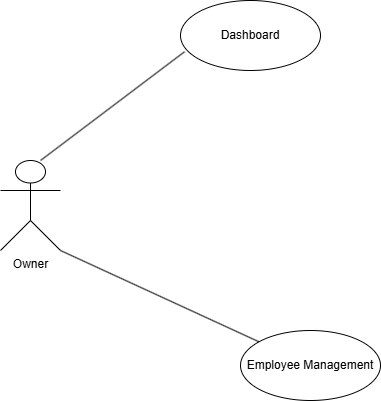
Earlier version of the draw.io export image/Usecase Diagram/UsecaseOwner.drawio.png (KhanhPham22/Review-Java). Source tidied: cells renumbered, new cells last; positions are measured from the earlier drawing's top-left corner, leaving out a move shared by most shapes.
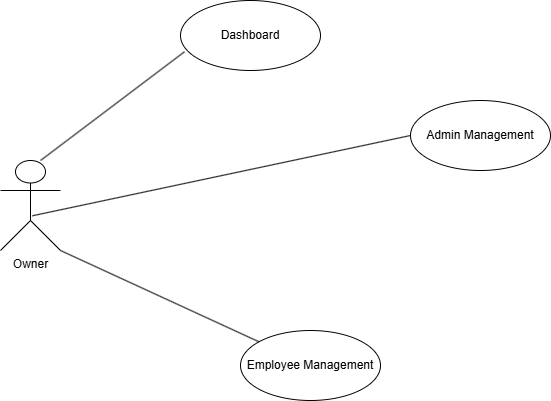
The same file after the commit.

Diff of the diagram source:
```diff
@@ -17,5 +17,11 @@
     <mxCell id="6" style="endArrow=none;html=1;rounded=0;exitX=1;exitY=1;exitDx=0;exitDy=0;exitPerimeter=0;" parent="1" edge="1" source="2" target="4">
       <mxGeometry relative="1" as="geometry" />
     </mxCell>
+    <mxCell id="7" value="Admin Management" style="ellipse;whiteSpace=wrap;html=1;" parent="1" vertex="1">
+      <mxGeometry x="410" y="100" width="140" height="70" as="geometry" />
+    </mxCell>
+    <mxCell id="8" style="endArrow=none;html=1;rounded=0;exitX=0.533;exitY=0.614;exitDx=0;exitDy=0;exitPerimeter=0;entryX=0;entryY=0.5;entryDx=0;entryDy=0;" parent="1" edge="1" source="2" target="7">
+      <mxGeometry relative="1" as="geometry" />
+    </mxCell>
   </root>
 </mxGraphModel>
```
